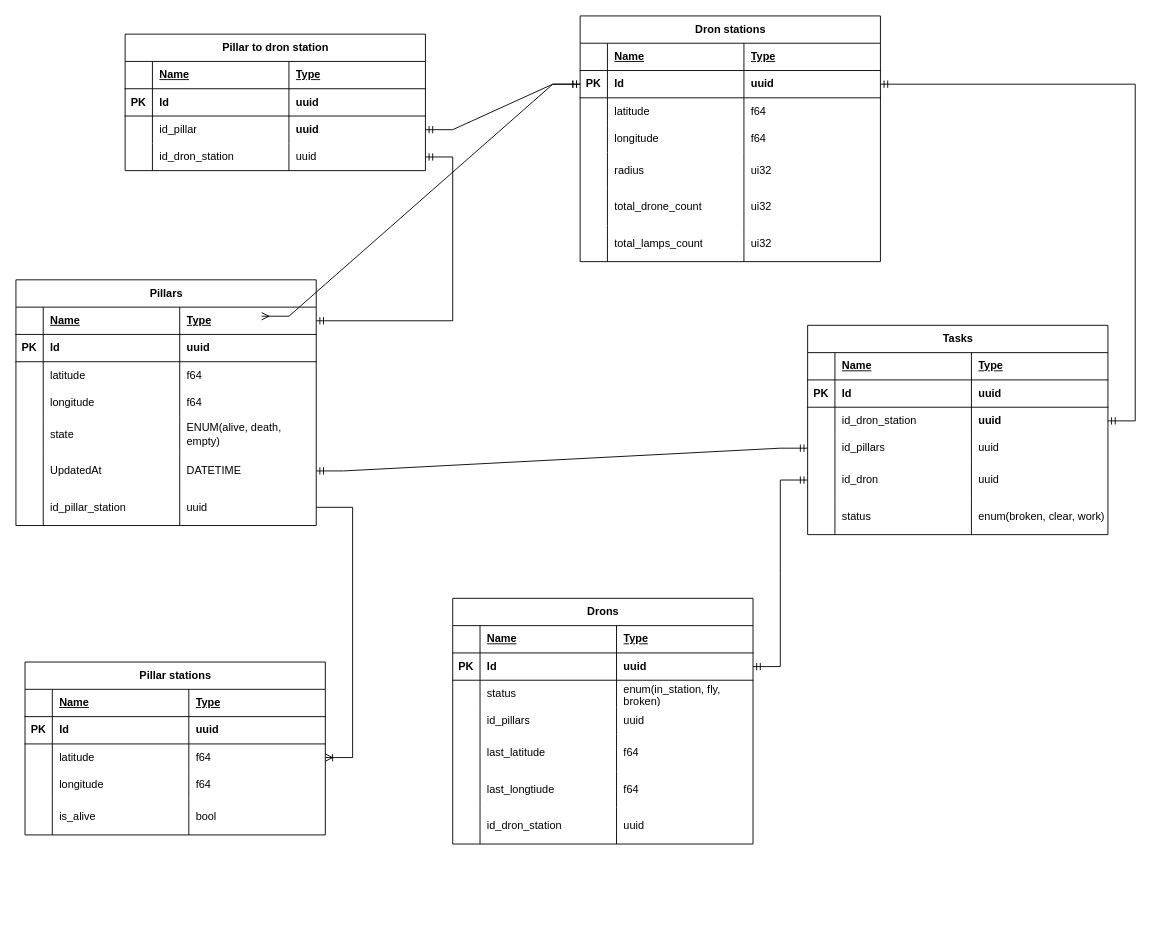
Earlier version of the draw.io diagram diagrams/erd_server.drawio (GoodGame563/Dron_NeforsTeam). Source tidied: cells renumbered, new cells numbered last; positions are measured from the earlier drawing's top-left corner, leaving out a move shared by most shapes. Both pictures are drawn from the tidied source at 91%, with x=0, y=0 at pixel (15, 15).
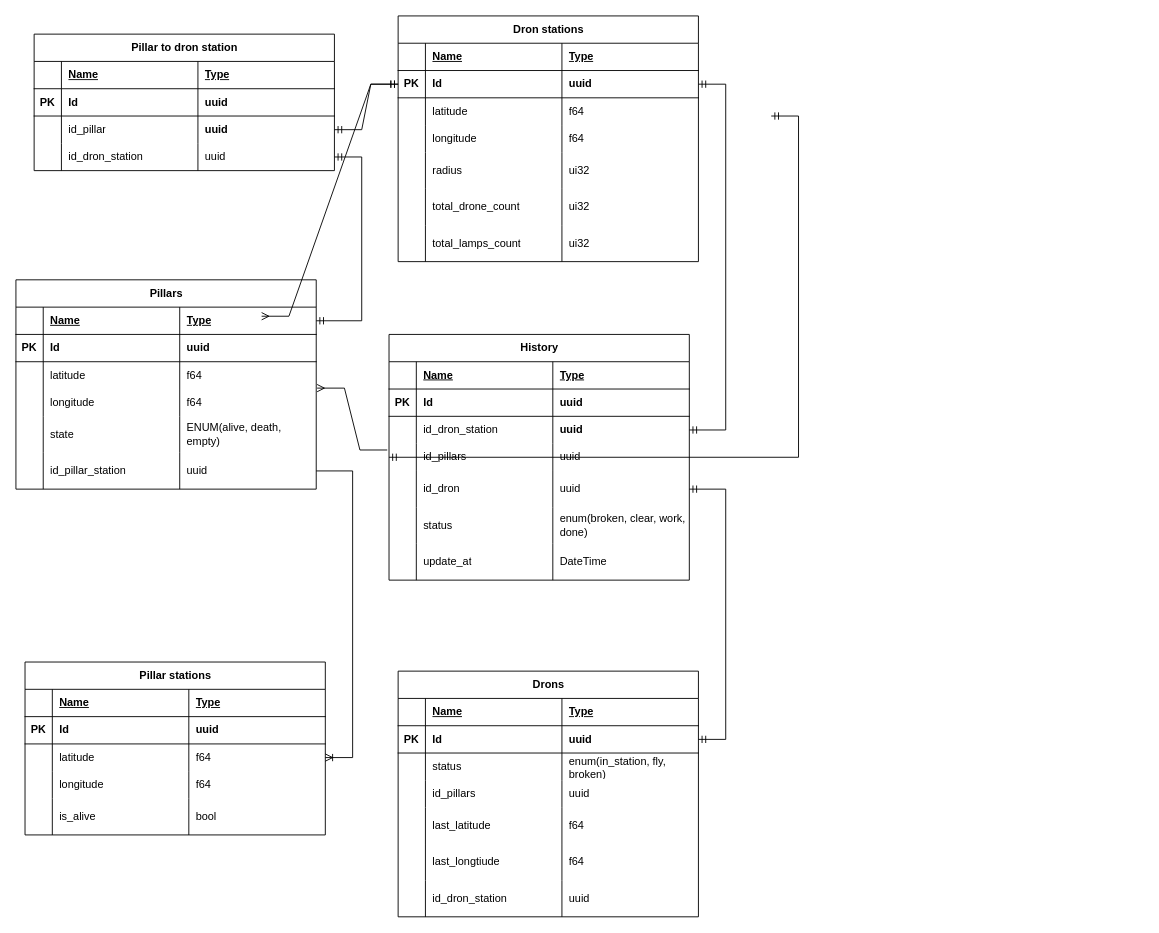
After the change.

The change refers to these unchanged cells:
```xml
<mxCell id="15" style="shape=tableRow;horizontal=0;startSize=0;swimlaneHead=0;swimlaneBody=0;fillColor=none;points=[[0,0.5],[1,0.5]];portConstraint=eastwest;top=0;left=0;right=0;bottom=0;" parent="2" vertex="1">
  <mxGeometry y="120" width="330" height="30" as="geometry" />
</mxCell>
<mxCell id="124" style="shape=tableRow;horizontal=0;startSize=0;swimlaneHead=0;swimlaneBody=0;fillColor=none;points=[[0,0.5],[1,0.5]];portConstraint=eastwest;top=0;left=0;right=0;bottom=0;strokeColor=default;" parent="111" vertex="1">
  <mxGeometry y="120" width="330" height="30" as="geometry" />
</mxCell>
<mxCell id="132" style="shape=tableRow;horizontal=0;startSize=0;swimlaneHead=0;swimlaneBody=0;fillColor=none;top=0;left=0;right=0;bottom=0;strokeColor=default;" parent="111" vertex="1">
  <mxGeometry y="190" width="330" height="40" as="geometry" />
</mxCell>
```

Diff of the diagram source:
```diff
@@
     <mxCell id="2" value="Pillars" style="shape=table;startSize=30;childLayout=tableLayout;rowLines=0;fontStyle=1;align=center;html=1;" parent="1" vertex="1">
-      <mxGeometry y="290" width="330" height="270" as="geometry" />
+      <mxGeometry y="290" width="330" height="230" as="geometry" />
     </mxCell>
@@
-    <mxCell id="23" style="shape=tableRow;horizontal=0;startSize=0;swimlaneHead=0;swimlaneBody=0;fillColor=none;points=[[0,0.5],[1,0.5]];portConstraint=eastwest;top=0;left=0;right=0;bottom=0;" parent="2" vertex="1">
-      <mxGeometry y="190" width="330" height="40" as="geometry" />
-    </mxCell>
-    <mxCell id="24" style="shape=partialRectangle;fillColor=none;top=0;left=0;bottom=0;right=0;overflow=hidden;whiteSpace=wrap;html=1;" parent="23" vertex="1">
-      <mxGeometry width="30" height="40" as="geometry" />
-    </mxCell>
-    <mxCell id="25" value="UpdatedAt" style="shape=partialRectangle;fillColor=none;top=0;left=0;bottom=0;right=0;align=left;spacingLeft=6;overflow=hidden;whiteSpace=wrap;html=1;" parent="23" vertex="1">
-      <mxGeometry x="30" width="150" height="40" as="geometry" />
-    </mxCell>
-    <mxCell id="26" value="DATETIME" style="shape=partialRectangle;fillColor=none;top=0;left=0;bottom=0;right=0;align=left;spacingLeft=6;overflow=hidden;whiteSpace=wrap;html=1;" parent="23" vertex="1">
-      <mxGeometry x="180" width="150" height="40" as="geometry" />
-    </mxCell>
     <mxCell id="27" style="shape=tableRow;horizontal=0;startSize=0;swimlaneHead=0;swimlaneBody=0;fillColor=none;points=[[0,0.5],[1,0.5]];portConstraint=eastwest;top=0;left=0;right=0;bottom=0;" parent="2" vertex="1">
-      <mxGeometry y="230" width="330" height="40" as="geometry" />
+      <mxGeometry y="190" width="330" height="40" as="geometry" />
     </mxCell>
@@
     <mxCell id="31" value="Dron stations" style="shape=table;startSize=30;childLayout=tableLayout;rowLines=0;fontStyle=1;align=center;html=1;" parent="1" vertex="1">
-      <mxGeometry x="620" width="330" height="270" as="geometry" />
+      <mxGeometry x="420" width="330" height="270" as="geometry" />
     </mxCell>
@@
     <mxCell id="61" value="Drons" style="shape=table;startSize=30;childLayout=tableLayout;rowLines=0;fontStyle=1;align=center;html=1;" parent="1" vertex="1">
-      <mxGeometry x="480" y="640" width="330" height="270" as="geometry" />
+      <mxGeometry x="420" y="720" width="330" height="270" as="geometry" />
     </mxCell>
@@
-    <mxCell id="111" value="Tasks" style="shape=table;startSize=30;childLayout=tableLayout;rowLines=0;fontStyle=1;align=center;html=1;strokeColor=default;" parent="1" vertex="1">
-      <mxGeometry x="870" y="340" width="330" height="230" as="geometry" />
+    <mxCell id="111" value="History" style="shape=table;startSize=30;childLayout=tableLayout;rowLines=0;fontStyle=1;align=center;html=1;strokeColor=default;" parent="1" vertex="1">
+      <mxGeometry x="410" y="350" width="330" height="270" as="geometry" />
     </mxCell>
@@
-    <mxCell id="135" value="enum(broken, clear, work)" style="shape=partialRectangle;fillColor=none;top=0;left=0;bottom=0;right=0;align=left;spacingLeft=6;overflow=hidden;whiteSpace=wrap;html=1;strokeColor=default;" parent="132" vertex="1">
+    <mxCell id="135" value="enum(broken, clear, work, done)" style="shape=partialRectangle;fillColor=none;top=0;left=0;bottom=0;right=0;align=left;spacingLeft=6;overflow=hidden;whiteSpace=wrap;html=1;strokeColor=default;" parent="132" vertex="1">
       <mxGeometry x="180" width="150" height="40" as="geometry" />
     </mxCell>
+    <mxCell id="159" style="shape=tableRow;horizontal=0;startSize=0;swimlaneHead=0;swimlaneBody=0;fillColor=none;top=0;left=0;right=0;bottom=0;strokeColor=default;" parent="111" vertex="1">
+      <mxGeometry y="230" width="330" height="40" as="geometry" />
+    </mxCell>
+    <mxCell id="160" style="shape=partialRectangle;fillColor=none;top=0;left=0;bottom=0;right=0;overflow=hidden;whiteSpace=wrap;html=1;strokeColor=default;" parent="159" vertex="1">
+      <mxGeometry width="30" height="40" as="geometry" />
+    </mxCell>
+    <mxCell id="161" value="update_at" style="shape=partialRectangle;fillColor=none;top=0;left=0;bottom=0;right=0;align=left;spacingLeft=6;overflow=hidden;whiteSpace=wrap;html=1;strokeColor=default;" parent="159" vertex="1">
+      <mxGeometry x="30" width="150" height="40" as="geometry" />
+    </mxCell>
+    <mxCell id="162" value="DateTime" style="shape=partialRectangle;fillColor=none;top=0;left=0;bottom=0;right=0;align=left;spacingLeft=6;overflow=hidden;whiteSpace=wrap;html=1;strokeColor=default;" parent="159" vertex="1">
+      <mxGeometry x="180" width="150" height="40" as="geometry" />
+    </mxCell>
@@
-    <mxCell id="137" style="edgeStyle=entityRelationEdgeStyle;fontSize=12;html=1;endArrow=ERmandOne;startArrow=ERmandOne;rounded=0;entryX=0;entryY=0.5;entryDx=0;entryDy=0;" parent="1" edge="1" source="23" target="124">
-      <mxGeometry relative="1" as="geometry" />
+    <mxCell id="137" style="edgeStyle=entityRelationEdgeStyle;fontSize=12;html=1;endArrow=ERmandOne;startArrow=ERmandOne;rounded=0;entryX=0;entryY=0.5;entryDx=0;entryDy=0;" parent="1" edge="1" target="124">
+      <mxGeometry relative="1" as="geometry">
+        <mxPoint x="830" y="110" as="sourcePoint" />
+      </mxGeometry>
     </mxCell>
@@
     <mxCell id="140" value="Pillar to dron station" style="shape=table;startSize=30;childLayout=tableLayout;rowLines=0;fontStyle=1;align=center;html=1;" parent="1" vertex="1">
-      <mxGeometry x="120" y="20" width="330" height="150" as="geometry" />
+      <mxGeometry x="20" y="20" width="330" height="150" as="geometry" />
     </mxCell>
@@
+    <mxCell id="163" style="edgeStyle=entityRelationEdgeStyle;fontSize=12;html=1;endArrow=ERmany;rounded=0;exitX=-0.006;exitY=0.233;exitDx=0;exitDy=0;exitPerimeter=0;entryX=1.003;entryY=-0.033;entryDx=0;entryDy=0;entryPerimeter=0;" parent="1" edge="1" source="124" target="15">
+      <mxGeometry relative="1" as="geometry" />
+    </mxCell>
```
